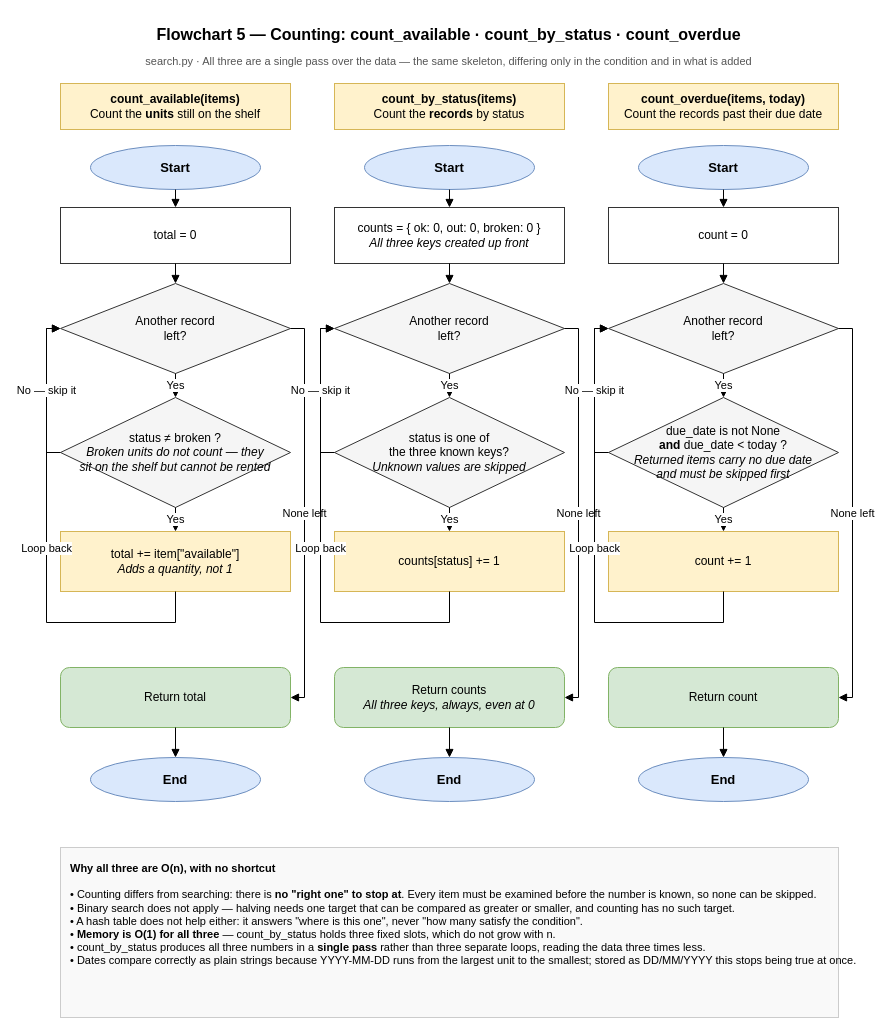
Above: docs/data-course/flowcharts/flow_neo_5_count_eng.drawio in S-Nithit/LEBIS-Project (draw.io), before the change. Source tidied: cells renumbered, new cells numbered last; positions are measured from the earlier drawing's top-left corner, leaving out a move shared by most shapes. Both pictures are drawn from the tidied source at 100%, with x=0, y=0 at pixel (46, 17).
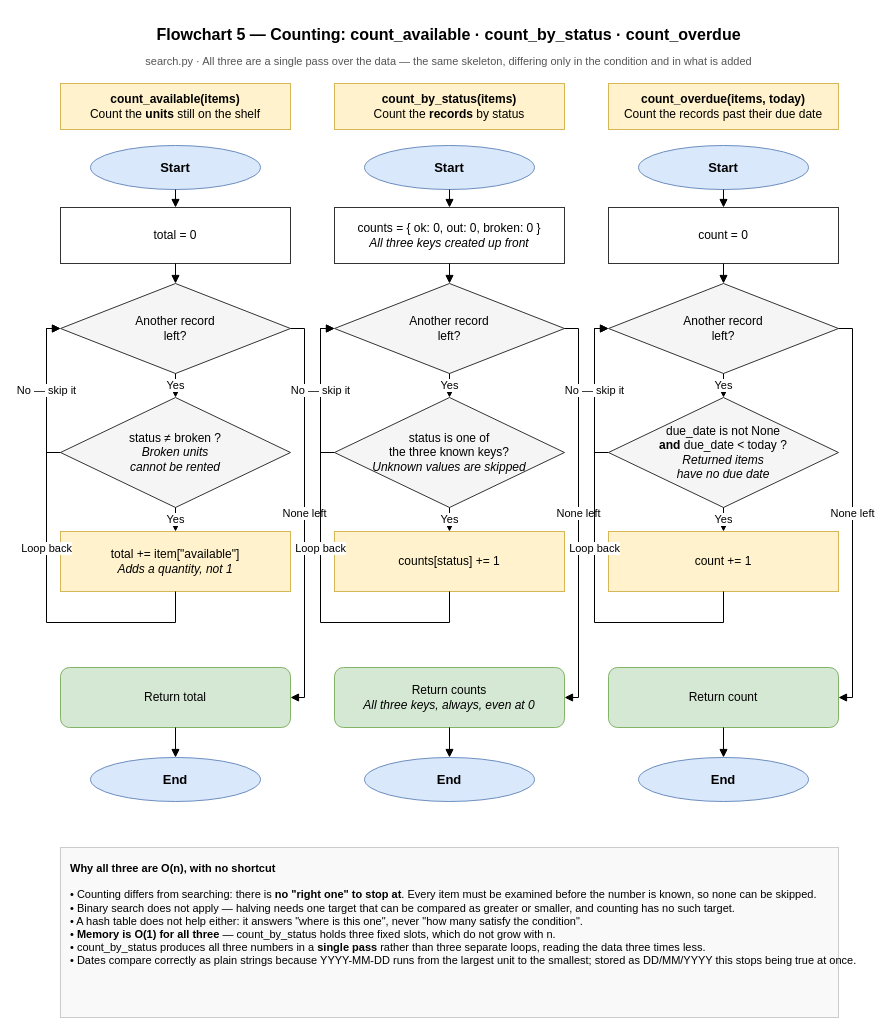
After the change.

What changed in the source:
```diff
@@
-    <mxCell id="16" value="status ≠ broken ?&lt;br&gt;&lt;i&gt;Broken units do not count — they&lt;br&gt;sit on the shelf but cannot be rented&lt;/i&gt;" style="rhombus;whiteSpace=wrap;html=1;fillColor=#f5f5f5;strokeColor=#333333;fontSize=12;" parent="1" vertex="1">
+    <mxCell id="16" value="status ≠ broken ?&lt;br&gt;&lt;i&gt;Broken units&lt;br&gt;cannot be rented&lt;/i&gt;" style="rhombus;whiteSpace=wrap;html=1;fillColor=#f5f5f5;strokeColor=#333333;fontSize=12;" parent="1" vertex="1">
       <mxGeometry x="14" y="380" width="230" height="110" as="geometry" />
     </mxCell>
@@
-    <mxCell id="18" value="due_date is not None&lt;br&gt;&lt;b&gt;and&lt;/b&gt; due_date &amp;lt; today ?&lt;br&gt;&lt;i&gt;Returned items carry no due date&lt;br&gt;and must be skipped first&lt;/i&gt;" style="rhombus;whiteSpace=wrap;html=1;fillColor=#f5f5f5;strokeColor=#333333;fontSize=12;" parent="1" vertex="1">
+    <mxCell id="18" value="due_date is not None&lt;br&gt;&lt;b&gt;and&lt;/b&gt; due_date &amp;lt; today ?&lt;br&gt;&lt;i&gt;Returned items&lt;br&gt;have no due date&lt;/i&gt;" style="rhombus;whiteSpace=wrap;html=1;fillColor=#f5f5f5;strokeColor=#333333;fontSize=12;" parent="1" vertex="1">
       <mxGeometry x="562" y="380" width="230" height="110" as="geometry" />
     </mxCell>
```
